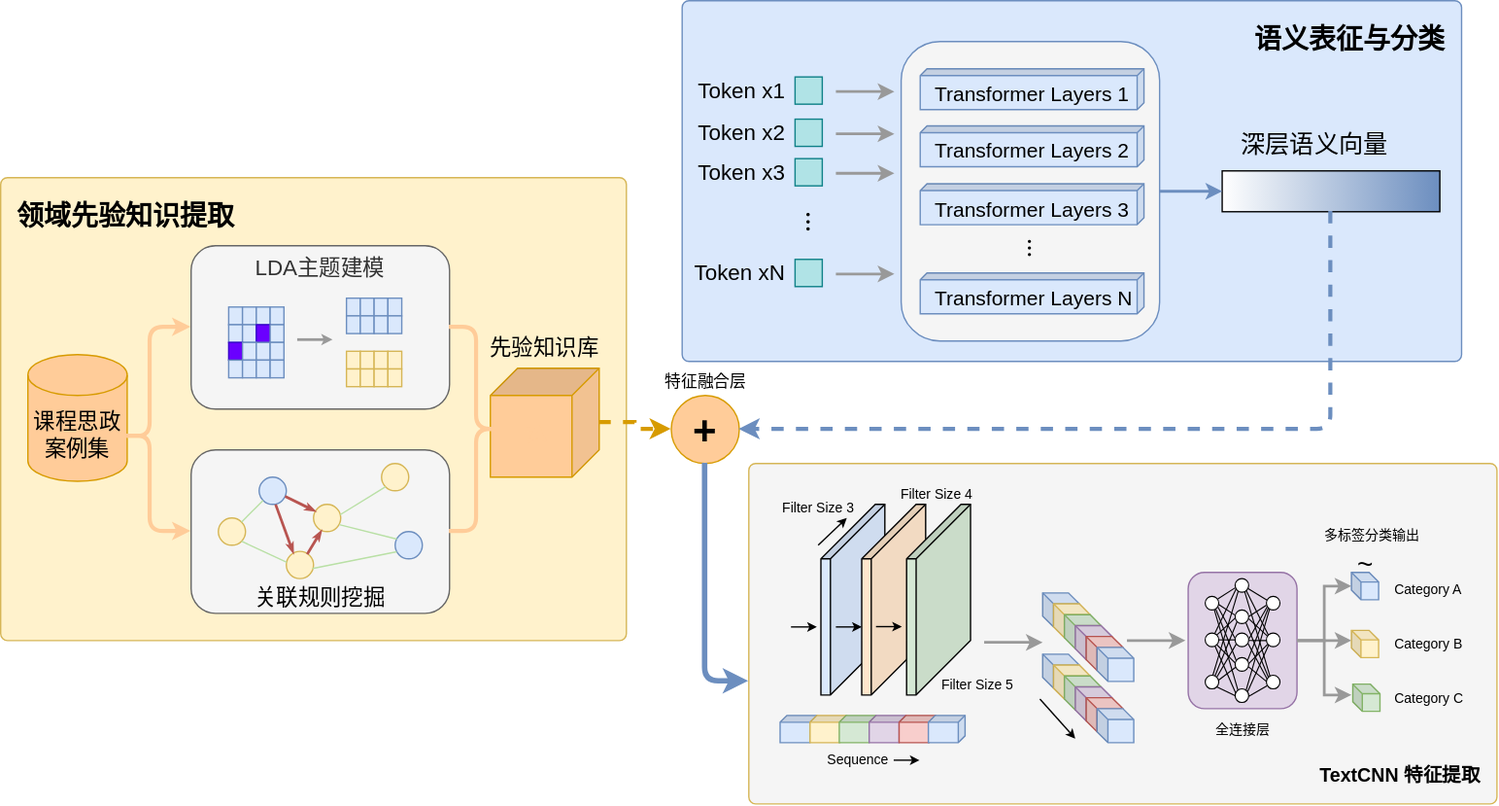
Before: 1.16小论文（思政元素）模型架构图.drawio.svg, a diagram exported from draw.io (handsome-tony/picture). Source tidied: cells renumbered, new cells last; positions are measured from the earlier drawing's top-left corner, leaving out a move shared by most shapes.
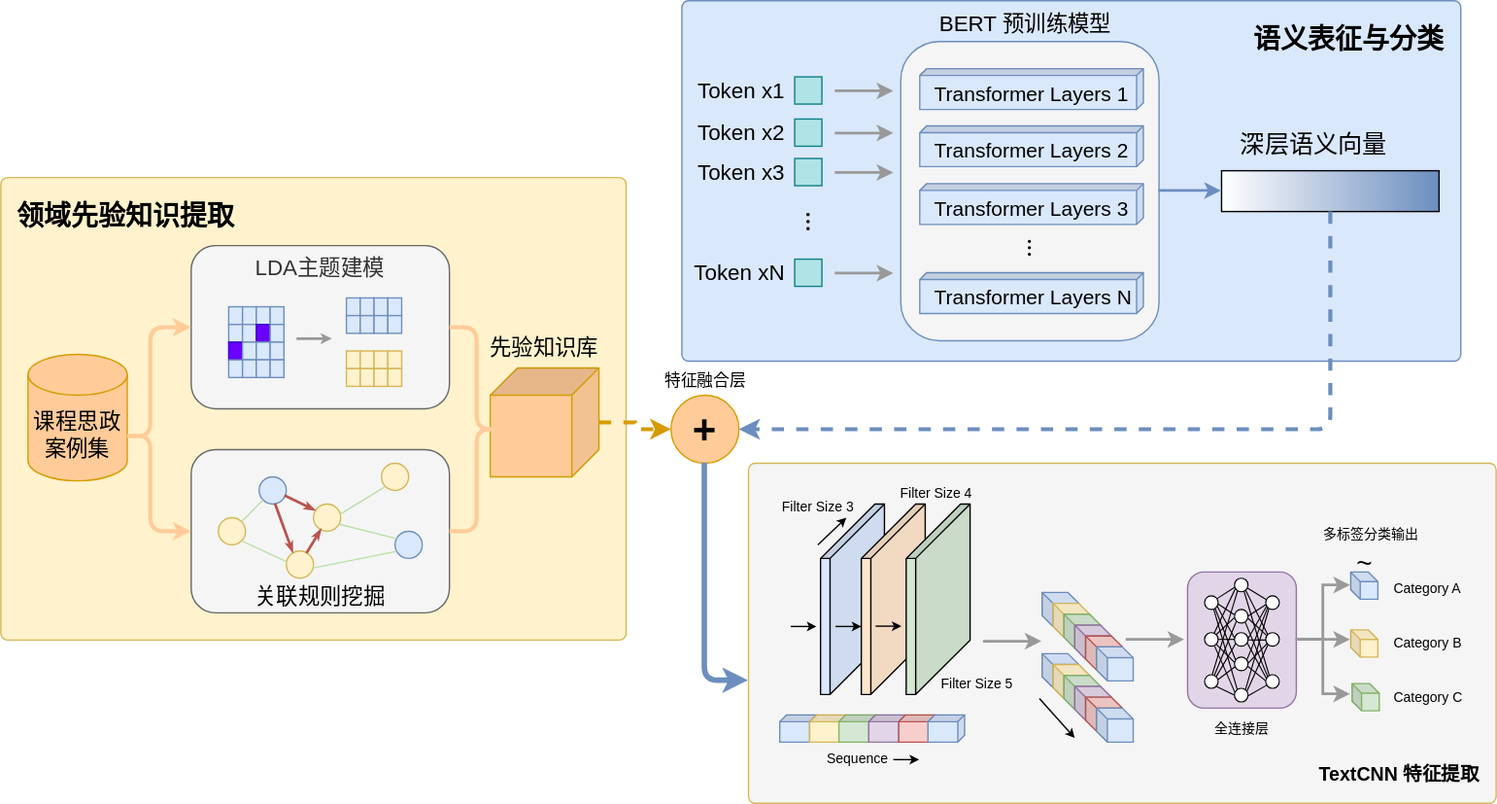
Above is the later version.

Commit message:
更新1.16小论文（思政元素）模型架构图.drawio.svg

Diff of the diagram source:
```diff
@@ -638,5 +638,8 @@
     <mxCell id="179" value="&lt;font style=&quot;font-size: 16px;&quot;&gt;Token xN&lt;/font&gt;" style="text;html=1;strokeColor=none;fillColor=none;align=right;verticalAlign=middle;whiteSpace=wrap;rounded=0;fontSize=10;" parent="1" vertex="1">
       <mxGeometry x="505" y="190" width="74" height="20" as="geometry" />
     </mxCell>
+    <mxCell id="180" value="&lt;span style=&quot;font-size: 16px;&quot;&gt;BERT 预训练模型&lt;/span&gt;" style="text;html=1;strokeColor=none;fillColor=none;align=center;verticalAlign=middle;whiteSpace=wrap;rounded=0;" parent="1" vertex="1">
+      <mxGeometry x="689" y="7" width="130" height="20" as="geometry" />
+    </mxCell>
   </root>
 </mxGraphModel>
```
